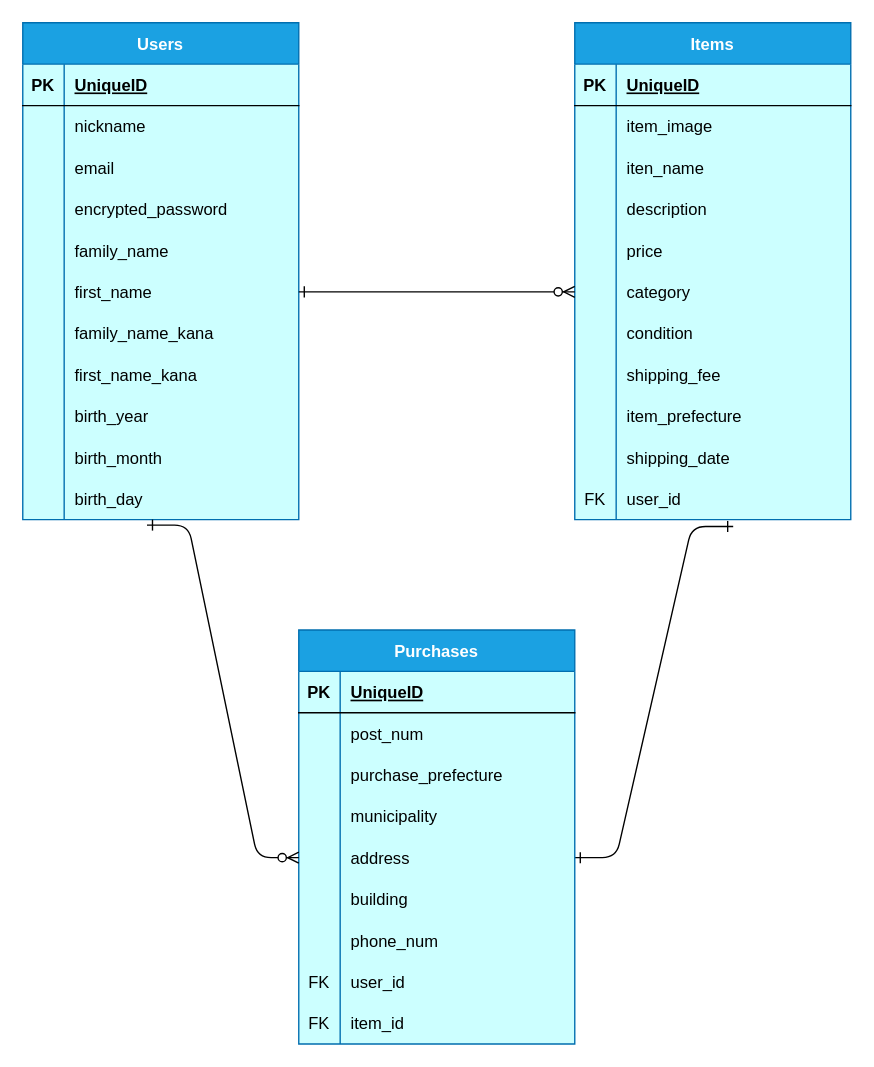
This is furima.dio from abeyaworld/furima-38648, a draw.io file, before an edit. Source tidied: cells renumbered, new cells numbered last; positions are measured from the earlier drawing's top-left corner, leaving out a move shared by most shapes. Both pictures are drawn from the tidied source at 138%, with x=0, y=0 at pixel (22, 22).
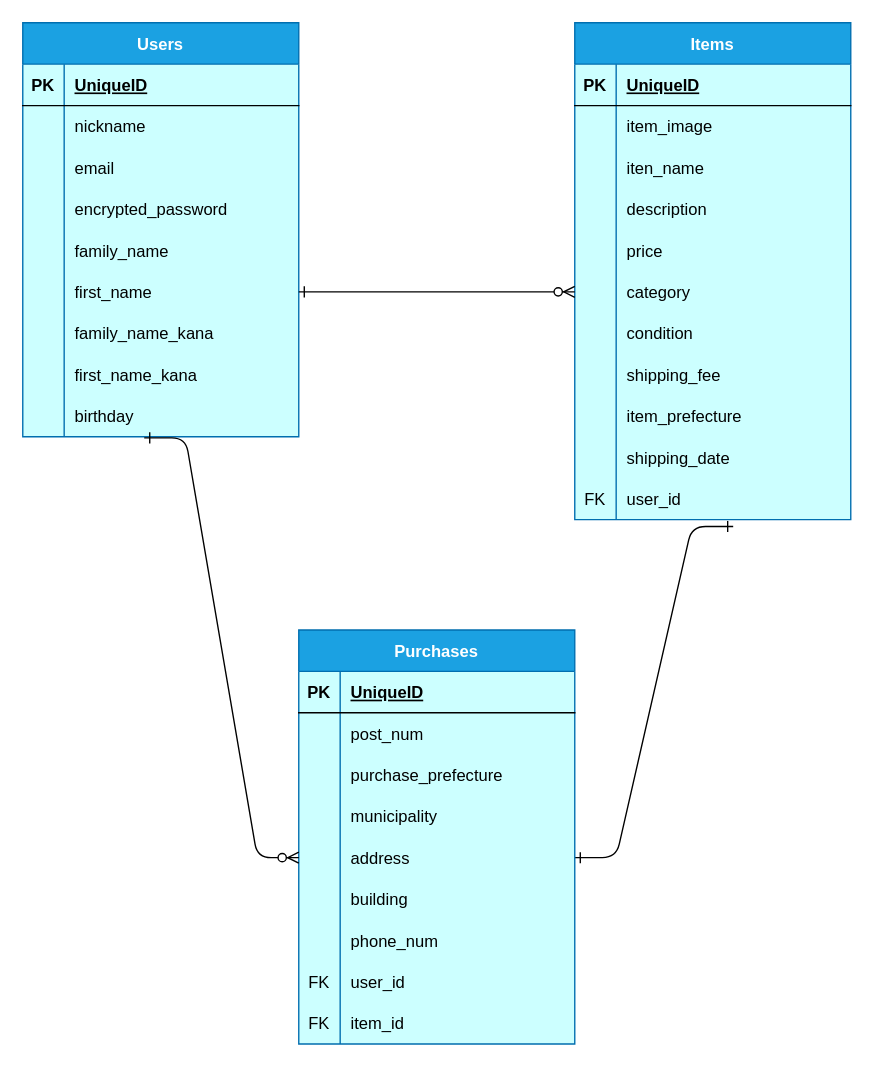
After the change.

The change refers to these unchanged cells:
```xml
<mxCell id="27" style="shape=tableRow;horizontal=0;startSize=0;swimlaneHead=0;swimlaneBody=0;fillColor=none;points=[[0,0.5],[1,0.5]];portConstraint=eastwest;top=0;left=0;right=0;bottom=0;" parent="2" vertex="1">
  <mxGeometry y="270" width="200" height="30" as="geometry" />
</mxCell>
<mxCell id="84" style="shape=tableRow;horizontal=0;startSize=0;swimlaneHead=0;swimlaneBody=0;fillColor=none;points=[[0,0.5],[1,0.5]];portConstraint=eastwest;top=0;left=0;right=0;bottom=0;" parent="71" vertex="1">
  <mxGeometry y="150" width="200" height="30" as="geometry" />
</mxCell>
```

Change to the diagram source:
```diff
@@
     <mxCell id="2" value="Users" style="shape=table;startSize=30;childLayout=tableLayout;rowLines=0;fontStyle=1;align=center;fillColor=#1ba1e2;fontColor=#ffffff;strokeColor=#006EAF;swimlaneFillColor=#CCFFFF;" parent="1" vertex="1">
-      <mxGeometry width="200" height="360" as="geometry" />
+      <mxGeometry width="200" height="300" as="geometry" />
     </mxCell>
@@
-    <mxCell id="29" value="birth_year" style="shape=partialRectangle;fillColor=none;top=0;left=0;bottom=0;right=0;align=left;spacingLeft=6;overflow=hidden;" parent="27" vertex="1">
+    <mxCell id="29" value="birthday" style="shape=partialRectangle;fillColor=none;top=0;left=0;bottom=0;right=0;align=left;spacingLeft=6;overflow=hidden;" parent="27" vertex="1">
       <mxGeometry x="30" width="170" height="30" as="geometry" />
     </mxCell>
-    <mxCell id="30" style="shape=tableRow;horizontal=0;startSize=0;swimlaneHead=0;swimlaneBody=0;fillColor=none;top=0;left=0;right=0;bottom=0;" parent="2" vertex="1">
-      <mxGeometry y="300" width="200" height="30" as="geometry" />
-    </mxCell>
-    <mxCell id="31" style="shape=partialRectangle;fillColor=none;top=0;left=0;bottom=0;right=0;overflow=hidden;" parent="30" vertex="1">
-      <mxGeometry width="30" height="30" as="geometry" />
-    </mxCell>
-    <mxCell id="32" value="birth_month" style="shape=partialRectangle;fillColor=none;top=0;left=0;bottom=0;right=0;align=left;spacingLeft=6;overflow=hidden;" parent="30" vertex="1">
-      <mxGeometry x="30" width="170" height="30" as="geometry" />
-    </mxCell>
-    <mxCell id="33" style="shape=tableRow;horizontal=0;startSize=0;swimlaneHead=0;swimlaneBody=0;fillColor=none;top=0;left=0;right=0;bottom=0;" parent="2" vertex="1">
-      <mxGeometry y="330" width="200" height="30" as="geometry" />
-    </mxCell>
-    <mxCell id="34" style="shape=partialRectangle;fillColor=none;top=0;left=0;bottom=0;right=0;overflow=hidden;" parent="33" vertex="1">
-      <mxGeometry width="30" height="30" as="geometry" />
-    </mxCell>
-    <mxCell id="35" value="birth_day" style="shape=partialRectangle;fillColor=none;top=0;left=0;bottom=0;right=0;align=left;spacingLeft=6;overflow=hidden;" parent="33" vertex="1">
-      <mxGeometry x="30" width="170" height="30" as="geometry" />
-    </mxCell>
@@
-    <mxCell id="100" style="fontSize=12;html=1;endArrow=ERzeroToMany;endFill=1;entryX=0;entryY=0.5;entryDx=0;entryDy=0;edgeStyle=entityRelationEdgeStyle;startArrow=ERone;startFill=0;" parent="1" edge="1" target="84">
-      <mxGeometry relative="1" as="geometry">
-        <mxPoint x="90" y="364" as="sourcePoint" />
-      </mxGeometry>
+    <mxCell id="100" style="fontSize=12;html=1;endArrow=ERzeroToMany;endFill=1;entryX=0;entryY=0.5;entryDx=0;entryDy=0;edgeStyle=entityRelationEdgeStyle;startArrow=ERone;startFill=0;exitX=0.44;exitY=1.027;exitDx=0;exitDy=0;exitPerimeter=0;" parent="1" edge="1" source="27" target="84">
+      <mxGeometry relative="1" as="geometry" />
     </mxCell>
```
